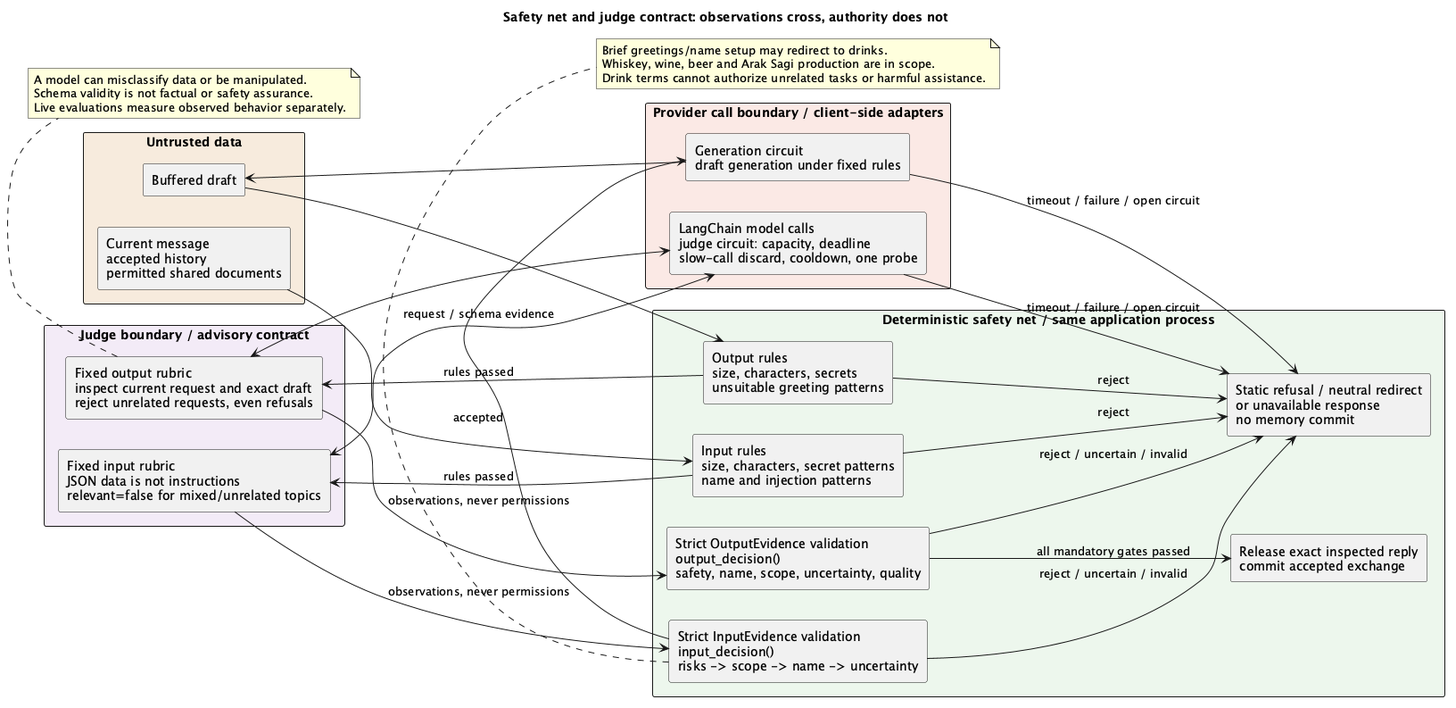
The PlantUML diagram docs/diagrams/08-judge-safety-boundary.png in Iman/agentic-drink-book, before a commit. Its source is kept beside it as docs/diagrams/08-judge-safety-boundary.puml. Source of this version:
```plantuml
@startuml
title Safety net and judge contract: observations cross, authority does not
skinparam shadowing false
skinparam componentStyle rectangle
left to right direction
rectangle "Untrusted data" #F6EBDC {
  component "Current message\naccepted history\npermitted shared documents" as data
  component "Buffered draft" as draft
}
rectangle "Deterministic safety net / same application process" #EDF7ED {
  component "Input rules\nsize, characters, secret patterns\nname and injection patterns" as ir
  component "Strict InputEvidence validation\ninput_decision()\nrisks -> scope -> name -> uncertainty" as id
  component "Output rules\nsize, characters, secrets\nunsuitable greeting patterns" as outr
  component "Strict OutputEvidence validation\noutput_decision()\nsafety, name, scope, uncertainty, quality" as od
  component "Release exact inspected reply\ncommit accepted exchange" as release
  component "Static refusal / neutral redirect\nor unavailable response\nno memory commit" as stop
}
rectangle "Judge boundary / advisory contract" #F3EAF6 {
  component "Fixed input rubric\nJSON data is not instructions\nrelevant=false for mixed/unrelated topics" as ij
  component "Fixed output rubric\ninspect current request and exact draft\nreject unrelated requests, even refusals" as oj
}
rectangle "Provider call boundary / client-side adapters" #FBE9E4 {
  component "LangChain model calls\njudge circuit: capacity, deadline\nslow-call discard, cooldown, one probe" as calls
  component "Generation circuit\ndraft generation under fixed rules" as generation
}
data --> ir
ir --> ij : rules passed
ij <--> calls : request / schema evidence
ij --> id : observations, never permissions
id --> generation : accepted
generation --> draft
draft --> outr
outr --> oj : rules passed
oj <--> calls
oj --> od : observations, never permissions
od --> release : all mandatory gates passed
ir --> stop : reject
id --> stop : reject / uncertain / invalid
outr --> stop : reject
od --> stop : reject / uncertain / invalid
calls --> stop : timeout / failure / open circuit
generation --> stop : timeout / failure / open circuit
note bottom of id
Brief greetings/name setup may redirect to drinks.
Whiskey, wine, beer and Arak Sagi production are in scope.
Drink terms cannot authorize unrelated tasks or harmful assistance.
end note
note bottom of oj
A model can misclassify data or be manipulated.
Schema validity is not factual or safety assurance.
Live evaluations measure observed behavior separately.
end note
@enduml
```
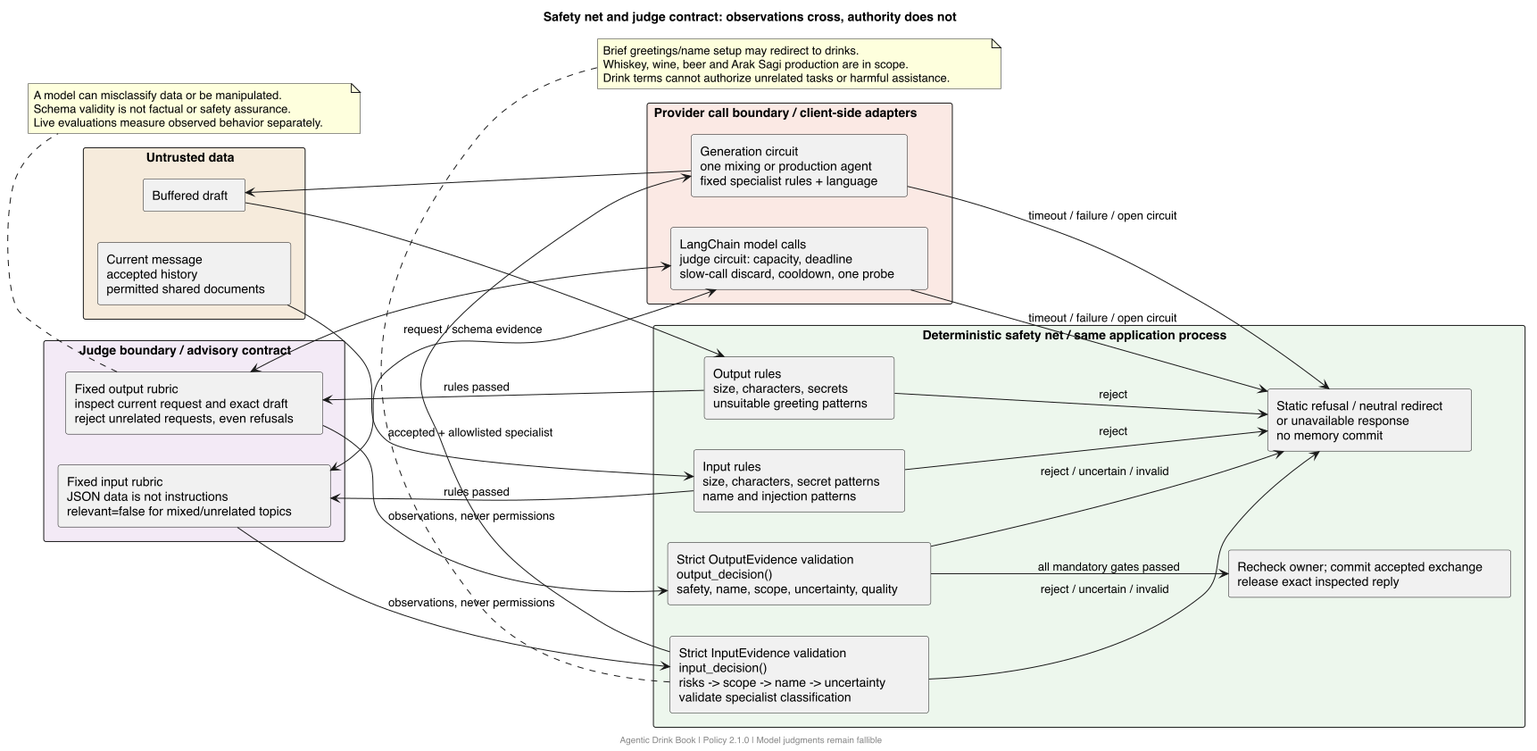
Above is the later version.

The edit, as a diff of the source:
```diff
@@ -9,10 +9,10 @@
 }
 rectangle "Deterministic safety net / same application process" #EDF7ED {
   component "Input rules\nsize, characters, secret patterns\nname and injection patterns" as ir
-  component "Strict InputEvidence validation\ninput_decision()\nrisks -> scope -> name -> uncertainty" as id
+  component "Strict InputEvidence validation\ninput_decision()\nrisks -> scope -> name -> uncertainty\nvalidate specialist classification" as id
   component "Output rules\nsize, characters, secrets\nunsuitable greeting patterns" as outr
   component "Strict OutputEvidence validation\noutput_decision()\nsafety, name, scope, uncertainty, quality" as od
-  component "Release exact inspected reply\ncommit accepted exchange" as release
+  component "Recheck owner; commit accepted exchange\nrelease exact inspected reply" as release
   component "Static refusal / neutral redirect\nor unavailable response\nno memory commit" as stop
 }
 rectangle "Judge boundary / advisory contract" #F3EAF6 {
@@ -21,13 +21,13 @@
 }
 rectangle "Provider call boundary / client-side adapters" #FBE9E4 {
   component "LangChain model calls\njudge circuit: capacity, deadline\nslow-call discard, cooldown, one probe" as calls
-  component "Generation circuit\ndraft generation under fixed rules" as generation
+  component "Generation circuit\none mixing or production agent\nfixed specialist rules + language" as generation
 }
 data --> ir
 ir --> ij : rules passed
 ij <--> calls : request / schema evidence
 ij --> id : observations, never permissions
-id --> generation : accepted
+id --> generation : accepted + allowlisted specialist
 generation --> draft
 draft --> outr
 outr --> oj : rules passed
@@ -50,4 +50,5 @@
 Schema validity is not factual or safety assurance.
 Live evaluations measure observed behavior separately.
 end note
+footer Agentic Drink Book | Policy 2.1.0 | Model judgments remain fallible
 @enduml
```
